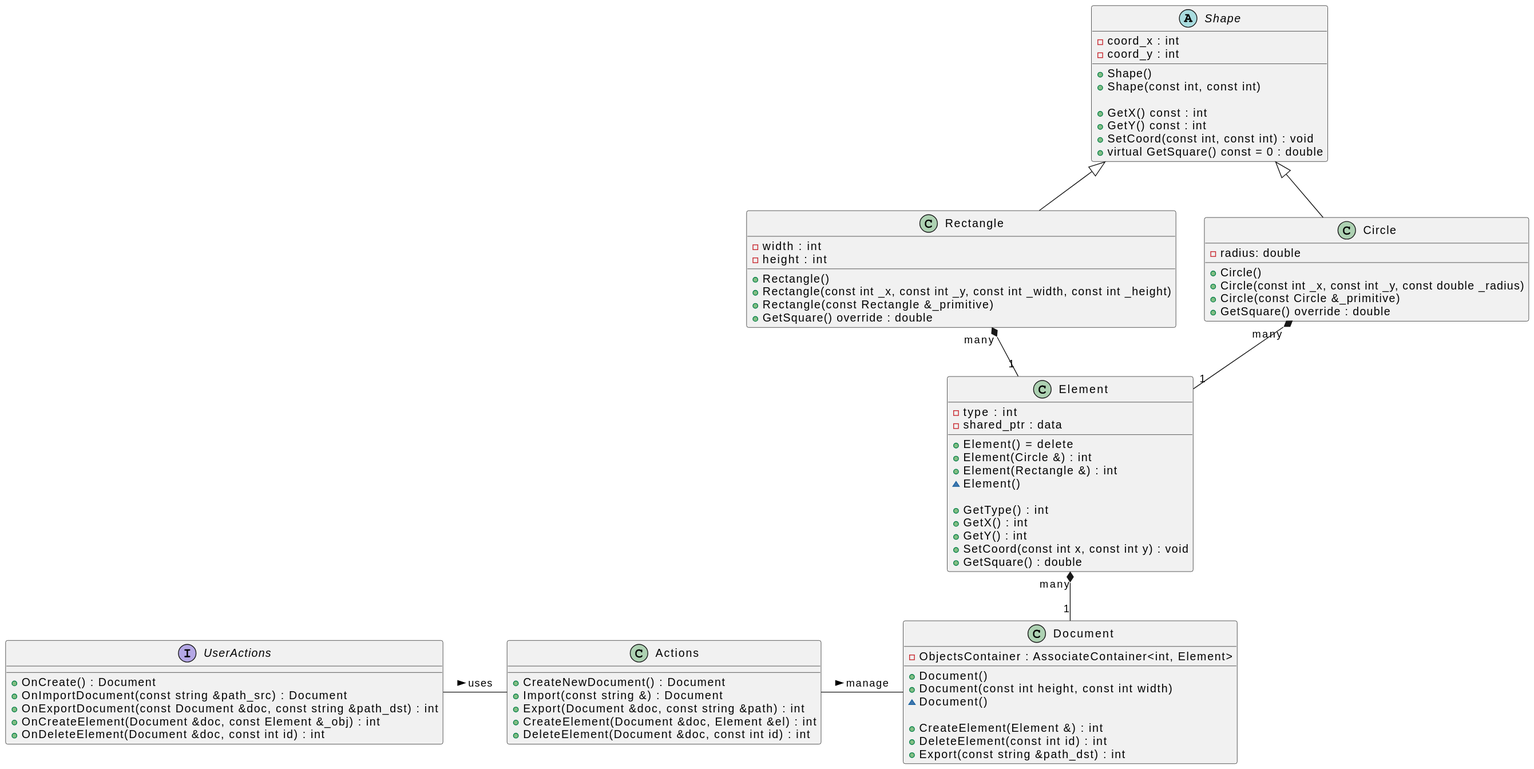
This is doc/Task_5.svg from VishnenkoMaxim/Task_5, a PlantUML export, as it was before one commit.
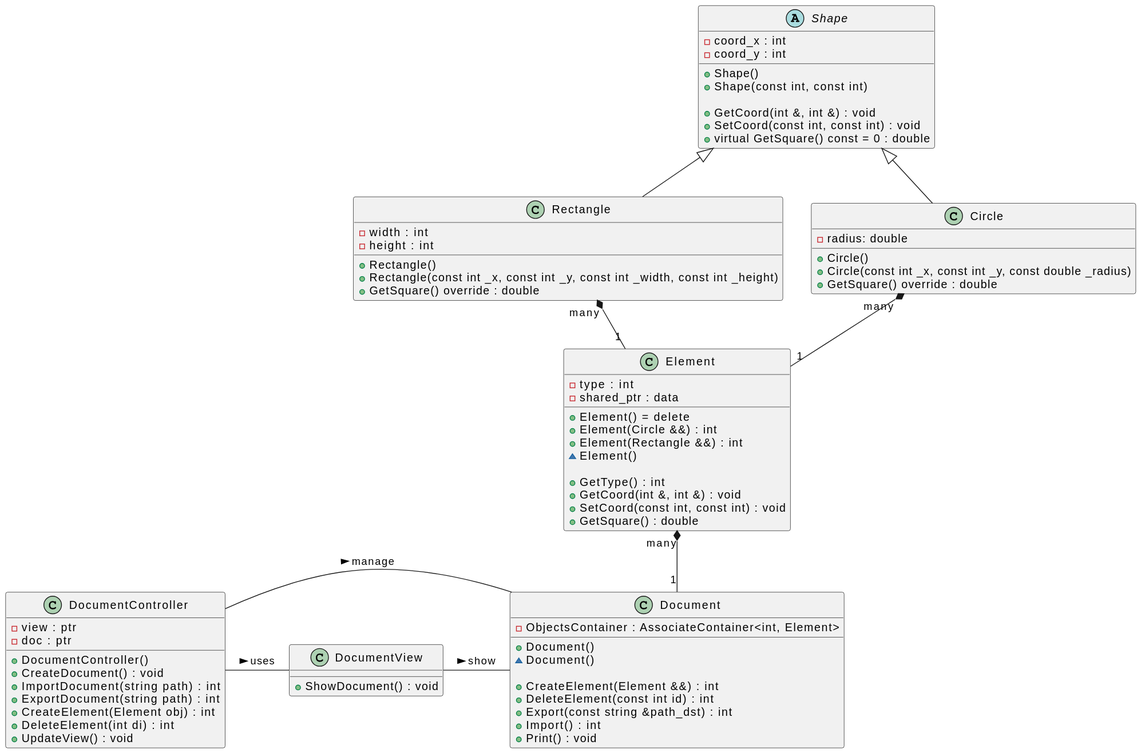
The same diagram one commit later.

What changed in the source:
```diff
@@ -6,8 +6,7 @@
 +Shape()
 +Shape(const int, const int)
 
-+GetX() const : int
-+GetY() const : int
++GetCoord(int &, int &) : void
 +SetCoord(const int, const int) : void
 +virtual GetSquare() const = 0 : double
 }
@@ -18,7 +17,6 @@
 
 +Rectangle()
 +Rectangle(const int _x, const int _y, const int _width, const int _height)
-+Rectangle(const Rectangle &_primitive)
 +GetSquare() override : double
 }
 
@@ -27,7 +25,6 @@
 
 +Circle()
 +Circle(const int _x, const int _y, const double _radius)
-+Circle(const Circle &_primitive)
 +GetSquare() override : double
 }
 
@@ -36,14 +33,13 @@
 - shared_ptr : data
 
 +Element() = delete
-+Element(Circle &) : int
-+Element(Rectangle &) : int
++Element(Circle &&) : int
++Element(Rectangle &&) : int
 ~Element()
 
 +GetType() : int
-+GetX() : int
-+GetY() : int
-+SetCoord(const int x, const int y) : void
++GetCoord(int &, int &) : void
++SetCoord(const int, const int) : void
 +GetSquare() : double
 }
 
@@ -51,28 +47,29 @@
 - ObjectsContainer : AssociateContainer<int, Element>
 
 +Document()
-+Document(const int height, const int width)
 ~Document()
 
-+CreateElement(Element &) : int
++CreateElement(Element &&) : int
 +DeleteElement(const int id) : int
 +Export(const string &path_dst) : int
++Import() : int
++Print() : void
 }
 
-class Actions{
-+ CreateNewDocument() : Document
-+ Import(const string &) : Document
-+ Export(Document &doc, const string &path) : int
-+ CreateElement(Document &doc, Element &el) : int
-+ DeleteElement(Document &doc, const int id) : int
+class DocumentView{
++ShowDocument() : void
 }
 
-Interface UserActions{
-+OnCreate() : Document
-+OnImportDocument(const string &path_src) : Document
-+OnExportDocument(const Document &doc, const string &path_dst) : int
-+OnCreateElement(Document &doc, const Element &_obj) : int
-+OnDeleteElement(Document &doc, const int id) : int
+class DocumentController{
+-view : ptr
+-doc : ptr
++DocumentController()
++CreateDocument() : void
++ImportDocument(string path) : int
++ExportDocument(string path) : int
++CreateElement(Element obj) : int
++DeleteElement(int di) : int
++UpdateView() : void
 }
 
 Shape <|-- Rectangle
@@ -80,6 +77,7 @@
 Rectangle "many" *-- "1" Element
 Circle "many" *-- "1" Element
 Element "many" *-- "1" Document
-Actions - Document : manage >
-UserActions - Actions : uses >
+DocumentController - Document : manage >
+DocumentView - Document : show >
+DocumentController - DocumentView : uses >
 @enduml
```
